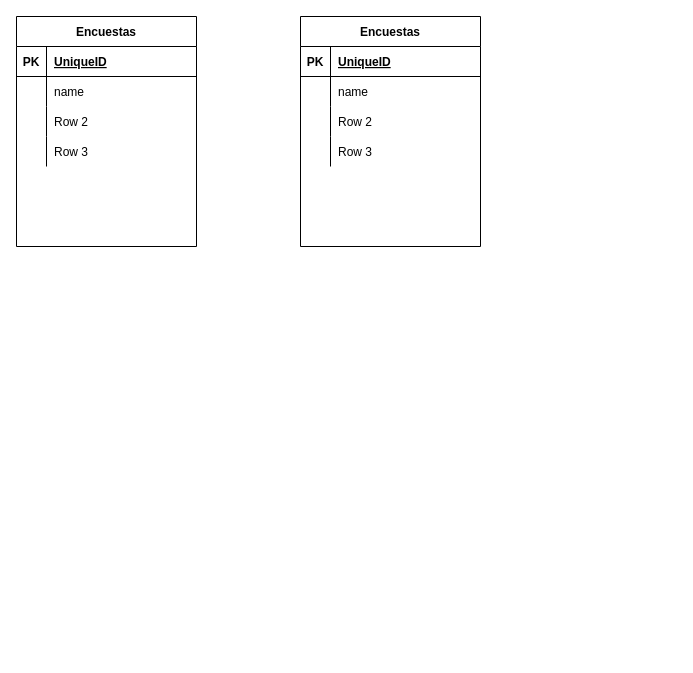
This is Diagrama sin título.drawio from rodr7go/aprendible-spa, a draw.io file, before an edit. Source tidied: cells renumbered, new cells numbered last; positions are measured from the earlier drawing's top-left corner, leaving out a move shared by most shapes. Both pictures are drawn from the tidied source at 100%, with x=0, y=0 at pixel (16, 16).
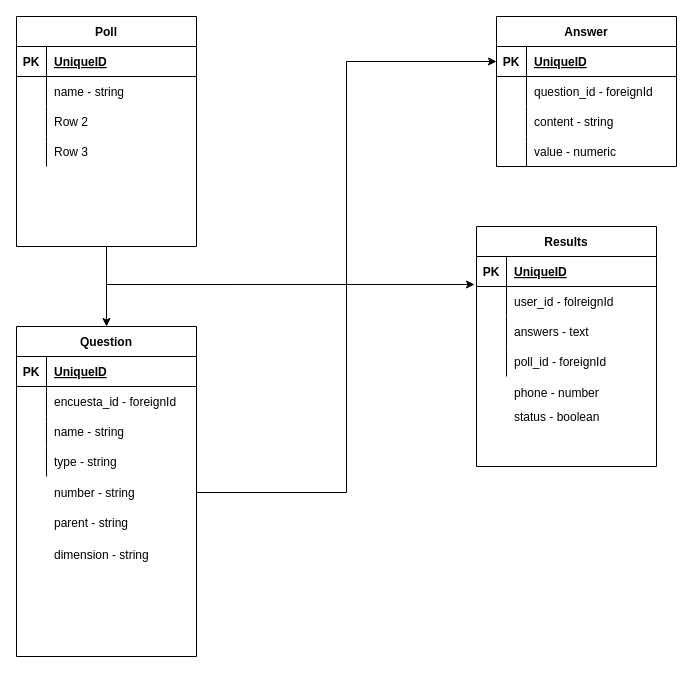
Above is the later version.

The change refers to these unchanged cells:
```xml
<mxCell id="6" style="shape=tableRow;horizontal=0;startSize=0;swimlaneHead=0;swimlaneBody=0;fillColor=none;top=0;left=0;right=0;bottom=0;" parent="2" vertex="1">
  <mxGeometry y="60" width="180" height="30" as="geometry" />
</mxCell>
<mxCell id="19" style="shape=tableRow;horizontal=0;startSize=0;swimlaneHead=0;swimlaneBody=0;fillColor=none;top=0;left=0;right=0;bottom=0;" parent="15" vertex="1">
  <mxGeometry y="60" width="180" height="30" as="geometry" />
</mxCell>
<mxCell id="22" style="shape=tableRow;horizontal=0;startSize=0;swimlaneHead=0;swimlaneBody=0;fillColor=none;top=0;left=0;right=0;bottom=0;" parent="15" vertex="1">
  <mxGeometry y="90" width="180" height="30" as="geometry" />
</mxCell>
<mxCell id="25" style="shape=tableRow;horizontal=0;startSize=0;swimlaneHead=0;swimlaneBody=0;fillColor=none;top=0;left=0;right=0;bottom=0;" parent="15" vertex="1">
  <mxGeometry y="120" width="180" height="30" as="geometry" />
</mxCell>
```

Diff of the diagram source:
```diff
@@
+    <mxCell id="28" style="edgeStyle=orthogonalEdgeStyle;rounded=0;jettySize=auto;html=1;entryX=0.5;entryY=0;entryDx=0;entryDy=0;" parent="1" edge="1" source="2" target="15">
+      <mxGeometry relative="1" as="geometry" />
+    </mxCell>
+    <mxCell id="29" style="edgeStyle=orthogonalEdgeStyle;rounded=0;jettySize=auto;html=1;entryX=-0.011;entryY=0.933;entryDx=0;entryDy=0;entryPerimeter=0;" parent="1" edge="1" source="2" target="50">
+      <mxGeometry relative="1" as="geometry" />
+    </mxCell>
-    <mxCell id="2" value="Encuestas" style="shape=table;startSize=30;childLayout=tableLayout;rowLines=0;fontStyle=1;align=center;" parent="1" vertex="1">
+    <mxCell id="2" value="Poll" style="shape=table;startSize=30;childLayout=tableLayout;rowLines=0;fontStyle=1;align=center;" parent="1" vertex="1">
       <mxGeometry width="180" height="230" as="geometry" />
     </mxCell>
@@
-    <mxCell id="8" value="name" style="shape=partialRectangle;fillColor=none;top=0;left=0;bottom=0;right=0;align=left;spacingLeft=6;overflow=hidden;" parent="6" vertex="1">
+    <mxCell id="8" value="name - string" style="shape=partialRectangle;fillColor=none;top=0;left=0;bottom=0;right=0;align=left;spacingLeft=6;overflow=hidden;" parent="6" vertex="1">
       <mxGeometry x="30" width="150" height="30" as="geometry" />
     </mxCell>
@@
-    <mxCell id="15" value="Encuestas" style="shape=table;startSize=30;childLayout=tableLayout;rowLines=0;fontStyle=1;align=center;" parent="1" vertex="1">
-      <mxGeometry x="284" width="180" height="230" as="geometry" />
+    <mxCell id="15" value="Question" style="shape=table;startSize=30;childLayout=tableLayout;rowLines=0;fontStyle=1;align=center;" parent="1" vertex="1">
+      <mxGeometry y="310" width="180" height="330" as="geometry" />
     </mxCell>
@@
-    <mxCell id="21" value="name" style="shape=partialRectangle;fillColor=none;top=0;left=0;bottom=0;right=0;align=left;spacingLeft=6;overflow=hidden;" parent="19" vertex="1">
+    <mxCell id="21" value="encuesta_id - foreignId" style="shape=partialRectangle;fillColor=none;top=0;left=0;bottom=0;right=0;align=left;spacingLeft=6;overflow=hidden;" parent="19" vertex="1">
       <mxGeometry x="30" width="150" height="30" as="geometry" />
     </mxCell>
@@
-    <mxCell id="24" value="Row 2" style="shape=partialRectangle;fillColor=none;top=0;left=0;bottom=0;right=0;align=left;spacingLeft=6;overflow=hidden;" parent="22" vertex="1">
+    <mxCell id="24" value="name - string" style="shape=partialRectangle;fillColor=none;top=0;left=0;bottom=0;right=0;align=left;spacingLeft=6;overflow=hidden;" parent="22" vertex="1">
       <mxGeometry x="30" width="150" height="30" as="geometry" />
     </mxCell>
@@
-    <mxCell id="27" value="Row 3" style="shape=partialRectangle;fillColor=none;top=0;left=0;bottom=0;right=0;align=left;spacingLeft=6;overflow=hidden;" parent="25" vertex="1">
+    <mxCell id="27" value="type - string" style="shape=partialRectangle;fillColor=none;top=0;left=0;bottom=0;right=0;align=left;spacingLeft=6;overflow=hidden;" parent="25" vertex="1">
       <mxGeometry x="30" width="150" height="30" as="geometry" />
     </mxCell>
+    <mxCell id="30" style="edgeStyle=orthogonalEdgeStyle;rounded=0;jettySize=auto;html=1;entryX=0;entryY=0.5;entryDx=0;entryDy=0;" parent="1" edge="1" source="31" target="37">
+      <mxGeometry relative="1" as="geometry" />
+    </mxCell>
+    <mxCell id="31" style="shape=tableRow;horizontal=0;startSize=0;swimlaneHead=0;swimlaneBody=0;fillColor=none;points=[[0,0.5],[1,0.5]];portConstraint=eastwest;top=0;left=0;right=0;bottom=0;" parent="1" vertex="1">
+      <mxGeometry y="461" width="180" height="30" as="geometry" />
+    </mxCell>
+    <mxCell id="32" style="shape=partialRectangle;fillColor=none;top=0;left=0;bottom=0;right=0;overflow=hidden;" parent="31" vertex="1">
+      <mxGeometry width="30" height="30" as="geometry" />
+    </mxCell>
+    <mxCell id="33" value="number - string" style="shape=partialRectangle;fillColor=none;top=0;left=0;bottom=0;right=0;align=left;spacingLeft=6;overflow=hidden;" parent="31" vertex="1">
+      <mxGeometry x="30" width="150" height="30" as="geometry" />
+    </mxCell>
+    <mxCell id="34" value="parent - string" style="shape=partialRectangle;fillColor=none;top=0;left=0;bottom=0;right=0;align=left;spacingLeft=6;overflow=hidden;" parent="1" vertex="1">
+      <mxGeometry x="30" y="491" width="150" height="30" as="geometry" />
+    </mxCell>
+    <mxCell id="35" value="dimension - string" style="shape=partialRectangle;fillColor=none;top=0;left=0;bottom=0;right=0;align=left;spacingLeft=6;overflow=hidden;" parent="1" vertex="1">
+      <mxGeometry x="30" y="523" width="150" height="30" as="geometry" />
+    </mxCell>
+    <mxCell id="36" value="Answer" style="shape=table;startSize=30;childLayout=tableLayout;rowLines=0;fontStyle=1;align=center;" parent="1" vertex="1">
+      <mxGeometry x="480" width="180" height="150" as="geometry" />
+    </mxCell>
+    <mxCell id="37" style="shape=tableRow;horizontal=0;startSize=0;swimlaneHead=0;swimlaneBody=0;fillColor=none;points=[[0,0.5],[1,0.5]];portConstraint=eastwest;top=0;left=0;right=0;bottom=1;" parent="36" vertex="1">
+      <mxGeometry y="30" width="180" height="30" as="geometry" />
+    </mxCell>
+    <mxCell id="38" value="PK" style="shape=partialRectangle;fillColor=none;top=0;left=0;bottom=0;right=0;fontStyle=1;overflow=hidden;" parent="37" vertex="1">
+      <mxGeometry width="30" height="30" as="geometry" />
+    </mxCell>
+    <mxCell id="39" value="UniqueID" style="shape=partialRectangle;fillColor=none;top=0;left=0;bottom=0;right=0;align=left;spacingLeft=6;fontStyle=5;overflow=hidden;" parent="37" vertex="1">
+      <mxGeometry x="30" width="150" height="30" as="geometry" />
+    </mxCell>
+    <mxCell id="40" style="shape=tableRow;horizontal=0;startSize=0;swimlaneHead=0;swimlaneBody=0;fillColor=none;top=0;left=0;right=0;bottom=0;" parent="36" vertex="1">
+      <mxGeometry y="60" width="180" height="30" as="geometry" />
+    </mxCell>
+    <mxCell id="41" style="shape=partialRectangle;fillColor=none;top=0;left=0;bottom=0;right=0;overflow=hidden;" parent="40" vertex="1">
+      <mxGeometry width="30" height="30" as="geometry" />
+    </mxCell>
+    <mxCell id="42" value="question_id - foreignId" style="shape=partialRectangle;fillColor=none;top=0;left=0;bottom=0;right=0;align=left;spacingLeft=6;overflow=hidden;" parent="40" vertex="1">
+      <mxGeometry x="30" width="150" height="30" as="geometry" />
+    </mxCell>
+    <mxCell id="43" style="shape=tableRow;horizontal=0;startSize=0;swimlaneHead=0;swimlaneBody=0;fillColor=none;top=0;left=0;right=0;bottom=0;" parent="36" vertex="1">
+      <mxGeometry y="90" width="180" height="30" as="geometry" />
+    </mxCell>
+    <mxCell id="44" style="shape=partialRectangle;fillColor=none;top=0;left=0;bottom=0;right=0;overflow=hidden;" parent="43" vertex="1">
+      <mxGeometry width="30" height="30" as="geometry" />
+    </mxCell>
+    <mxCell id="45" value="content - string" style="shape=partialRectangle;fillColor=none;top=0;left=0;bottom=0;right=0;align=left;spacingLeft=6;overflow=hidden;" parent="43" vertex="1">
+      <mxGeometry x="30" width="150" height="30" as="geometry" />
+    </mxCell>
+    <mxCell id="46" style="shape=tableRow;horizontal=0;startSize=0;swimlaneHead=0;swimlaneBody=0;fillColor=none;top=0;left=0;right=0;bottom=0;" parent="36" vertex="1">
+      <mxGeometry y="120" width="180" height="30" as="geometry" />
+    </mxCell>
+    <mxCell id="47" style="shape=partialRectangle;fillColor=none;top=0;left=0;bottom=0;right=0;overflow=hidden;" parent="46" vertex="1">
+      <mxGeometry width="30" height="30" as="geometry" />
+    </mxCell>
+    <mxCell id="48" value="value - numeric" style="shape=partialRectangle;fillColor=none;top=0;left=0;bottom=0;right=0;align=left;spacingLeft=6;overflow=hidden;" parent="46" vertex="1">
+      <mxGeometry x="30" width="150" height="30" as="geometry" />
+    </mxCell>
+    <mxCell id="49" value="Results" style="shape=table;startSize=30;childLayout=tableLayout;rowLines=0;fontStyle=1;align=center;" parent="1" vertex="1">
+      <mxGeometry x="460" y="210" width="180" height="240" as="geometry" />
+    </mxCell>
+    <mxCell id="50" style="shape=tableRow;horizontal=0;startSize=0;swimlaneHead=0;swimlaneBody=0;fillColor=none;points=[[0,0.5],[1,0.5]];portConstraint=eastwest;top=0;left=0;right=0;bottom=1;" parent="49" vertex="1">
+      <mxGeometry y="30" width="180" height="30" as="geometry" />
+    </mxCell>
+    <mxCell id="51" value="PK" style="shape=partialRectangle;fillColor=none;top=0;left=0;bottom=0;right=0;fontStyle=1;overflow=hidden;" parent="50" vertex="1">
+      <mxGeometry width="30" height="30" as="geometry" />
+    </mxCell>
+    <mxCell id="52" value="UniqueID" style="shape=partialRectangle;fillColor=none;top=0;left=0;bottom=0;right=0;align=left;spacingLeft=6;fontStyle=5;overflow=hidden;" parent="50" vertex="1">
+      <mxGeometry x="30" width="150" height="30" as="geometry" />
+    </mxCell>
+    <mxCell id="53" style="shape=tableRow;horizontal=0;startSize=0;swimlaneHead=0;swimlaneBody=0;fillColor=none;top=0;left=0;right=0;bottom=0;" parent="49" vertex="1">
+      <mxGeometry y="60" width="180" height="30" as="geometry" />
+    </mxCell>
+    <mxCell id="54" style="shape=partialRectangle;fillColor=none;top=0;left=0;bottom=0;right=0;overflow=hidden;" parent="53" vertex="1">
+      <mxGeometry width="30" height="30" as="geometry" />
+    </mxCell>
+    <mxCell id="55" value="user_id - folreignId" style="shape=partialRectangle;fillColor=none;top=0;left=0;bottom=0;right=0;align=left;spacingLeft=6;overflow=hidden;" parent="53" vertex="1">
+      <mxGeometry x="30" width="150" height="30" as="geometry" />
+    </mxCell>
+    <mxCell id="56" style="shape=tableRow;horizontal=0;startSize=0;swimlaneHead=0;swimlaneBody=0;fillColor=none;top=0;left=0;right=0;bottom=0;" parent="49" vertex="1">
+      <mxGeometry y="90" width="180" height="30" as="geometry" />
+    </mxCell>
+    <mxCell id="57" style="shape=partialRectangle;fillColor=none;top=0;left=0;bottom=0;right=0;overflow=hidden;" parent="56" vertex="1">
+      <mxGeometry width="30" height="30" as="geometry" />
+    </mxCell>
+    <mxCell id="58" value="answers - text" style="shape=partialRectangle;fillColor=none;top=0;left=0;bottom=0;right=0;align=left;spacingLeft=6;overflow=hidden;" parent="56" vertex="1">
+      <mxGeometry x="30" width="150" height="30" as="geometry" />
+    </mxCell>
+    <mxCell id="59" style="shape=tableRow;horizontal=0;startSize=0;swimlaneHead=0;swimlaneBody=0;fillColor=none;top=0;left=0;right=0;bottom=0;" parent="49" vertex="1">
+      <mxGeometry y="120" width="180" height="30" as="geometry" />
+    </mxCell>
+    <mxCell id="60" style="shape=partialRectangle;fillColor=none;top=0;left=0;bottom=0;right=0;overflow=hidden;" parent="59" vertex="1">
+      <mxGeometry width="30" height="30" as="geometry" />
+    </mxCell>
+    <mxCell id="61" value="poll_id - foreignId" style="shape=partialRectangle;fillColor=none;top=0;left=0;bottom=0;right=0;align=left;spacingLeft=6;overflow=hidden;" parent="59" vertex="1">
+      <mxGeometry x="30" width="150" height="30" as="geometry" />
+    </mxCell>
+    <mxCell id="62" value="phone - number" style="shape=partialRectangle;fillColor=none;top=0;left=0;bottom=0;right=0;align=left;spacingLeft=6;overflow=hidden;" parent="1" vertex="1">
+      <mxGeometry x="490" y="361" width="150" height="30" as="geometry" />
+    </mxCell>
+    <mxCell id="63" value="status - boolean" style="shape=partialRectangle;fillColor=none;top=0;left=0;bottom=0;right=0;align=left;spacingLeft=6;overflow=hidden;" parent="1" vertex="1">
+      <mxGeometry x="490" y="385" width="150" height="30" as="geometry" />
+    </mxCell>
```
